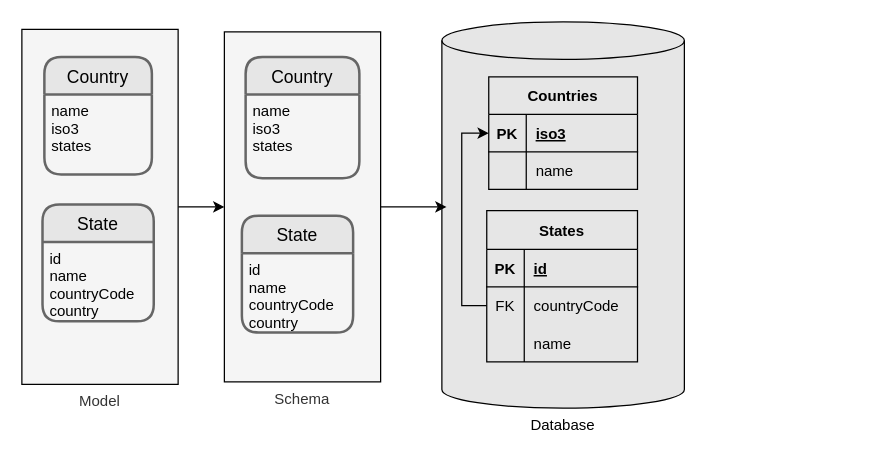
Earlier version of the draw.io diagram design/schema.drawio (lambda-orm/lambdaorm). Source tidied: cells renumbered, new cells numbered last; positions are measured from the earlier drawing's top-left corner, leaving out a move shared by most shapes. Both pictures are drawn from the tidied source at 125%, with x=0, y=0 at pixel (21, 21).
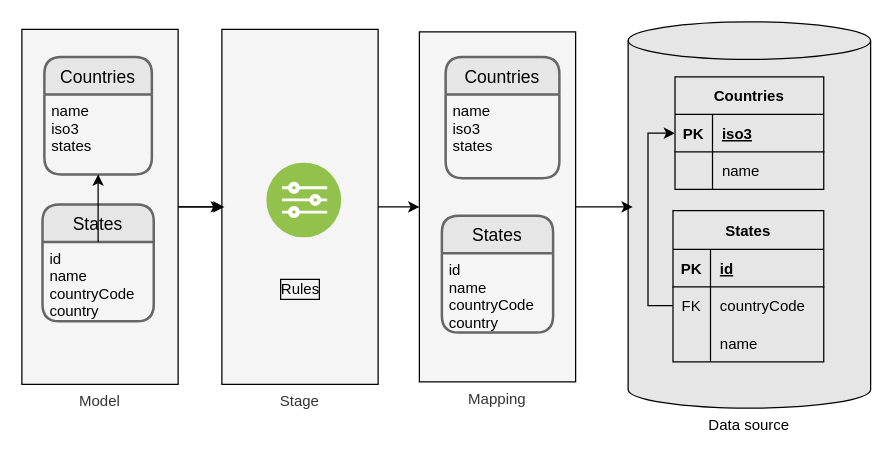
After the change.

Unchanged cells that the change refers to:
```xml
<mxCell id="3" value="Model" style="rounded=0;whiteSpace=wrap;html=1;labelBackgroundColor=none;sketch=0;fillColor=#f5f5f5;fontColor=#333333;strokeColor=#000000;labelPosition=center;verticalLabelPosition=bottom;align=center;verticalAlign=top;" parent="1" vertex="1">
  <mxGeometry y="6" width="125" height="284" as="geometry" />
</mxCell>
<mxCell id="6" value="name&#10;iso3&#10;states" style="align=left;strokeColor=none;fillColor=none;spacingLeft=4;fontSize=12;verticalAlign=top;fontColor=#000000;" parent="5" vertex="1">
  <mxGeometry y="30" width="86" height="64" as="geometry" />
</mxCell>
<mxCell id="8" value="id&#10;name&#10;countryCode&#10;country" style="align=left;strokeColor=none;fillColor=none;spacingLeft=4;fontSize=12;verticalAlign=top;fontColor=#000000;" parent="7" vertex="1">
  <mxGeometry y="30" width="89" height="63.5" as="geometry" />
</mxCell>
```

Change to the diagram source:
```diff
@@
-    <mxCell id="2" style="edgeStyle=orthogonalEdgeStyle;rounded=0;jettySize=auto;html=1;entryX=0;entryY=0.5;entryDx=0;entryDy=0;fontColor=#000000;strokeColor=#000000;" parent="1" edge="1" source="3" target="28">
-      <mxGeometry relative="1" as="geometry" />
-    </mxCell>
+    <mxCell id="33" style="edgeStyle=none;html=1;fontColor=#000000;entryX=0;entryY=0.5;entryDx=0;entryDy=0;" parent="1" edge="1" source="3" target="34">
+      <mxGeometry relative="1" as="geometry" />
+    </mxCell>
@@
-    <mxCell id="4" value="Database" style="shape=cylinder3;whiteSpace=wrap;html=1;boundedLbl=1;backgroundOutline=1;size=15;fillColor=#E6E6E6;strokeColor=#000000;labelPosition=center;verticalLabelPosition=bottom;align=center;verticalAlign=top;fontColor=#000000;" parent="1" vertex="1">
-      <mxGeometry x="336" width="194" height="309" as="geometry" />
+    <mxCell id="4" value="Data source" style="shape=cylinder3;whiteSpace=wrap;html=1;boundedLbl=1;backgroundOutline=1;size=15;fillColor=#E6E6E6;strokeColor=#000000;labelPosition=center;verticalLabelPosition=bottom;align=center;verticalAlign=top;fontColor=#000000;" parent="1" vertex="1">
+      <mxGeometry x="485" width="194" height="309" as="geometry" />
     </mxCell>
-    <mxCell id="5" value="Country" style="swimlane;horizontal=1;startSize=30;rounded=1;fontSize=14;fontStyle=0;strokeWidth=2;shadow=0;dashed=0;align=center;fontColor=#000000;fillColor=#E6E6E6;strokeColor=#666666;" parent="1" vertex="1">
+    <mxCell id="5" value="Countries" style="swimlane;horizontal=1;startSize=30;rounded=1;fontSize=14;fontStyle=0;strokeWidth=2;shadow=0;dashed=0;align=center;fontColor=#000000;fillColor=#E6E6E6;strokeColor=#666666;" parent="1" vertex="1">
       <mxGeometry x="18" y="28" width="86" height="94" as="geometry" />
     </mxCell>
@@
-    <mxCell id="7" value="State" style="swimlane;horizontal=1;startSize=30;rounded=1;fontSize=14;fontStyle=0;strokeWidth=2;shadow=0;dashed=0;align=center;fontColor=#000000;fillColor=#E6E6E6;strokeColor=#666666;" parent="1" vertex="1">
+    <mxCell id="7" value="States" style="swimlane;horizontal=1;startSize=30;rounded=1;fontSize=14;fontStyle=0;strokeWidth=2;shadow=0;dashed=0;align=center;fontColor=#000000;fillColor=#E6E6E6;strokeColor=#666666;" parent="1" vertex="1">
       <mxGeometry x="16.5" y="146" width="89" height="93.5" as="geometry" />
     </mxCell>
@@
     <mxCell id="9" value="Countries" style="shape=table;startSize=30;childLayout=tableLayout;rowLines=0;fontStyle=1;align=center;fontColor=#000000;strokeColor=#000000;fillColor=#E6E6E6;" parent="1" vertex="1">
-      <mxGeometry x="373.5" y="44" width="119" height="90" as="geometry" />
+      <mxGeometry x="522.5" y="44" width="119" height="90" as="geometry" />
     </mxCell>
@@
     <mxCell id="17" value="States" style="shape=table;startSize=31;childLayout=tableLayout;rowLines=0;fontStyle=1;align=center;fontColor=#000000;strokeColor=#000000;fillColor=#E6E6E6;" parent="1" vertex="1">
-      <mxGeometry x="371.9" y="151" width="120.6" height="121" as="geometry" />
+      <mxGeometry x="520.9" y="151" width="120.6" height="121" as="geometry" />
     </mxCell>
@@
-    <mxCell id="28" value="Schema" style="rounded=0;whiteSpace=wrap;html=1;labelBackgroundColor=none;sketch=0;fillColor=#f5f5f5;fontColor=#333333;strokeColor=#000000;labelPosition=center;verticalLabelPosition=bottom;align=center;verticalAlign=top;" parent="1" vertex="1">
-      <mxGeometry x="162" y="8" width="125" height="280" as="geometry" />
+    <mxCell id="28" value="Mapping" style="rounded=0;whiteSpace=wrap;html=1;labelBackgroundColor=none;sketch=0;fillColor=#f5f5f5;fontColor=#333333;strokeColor=#000000;labelPosition=center;verticalLabelPosition=bottom;align=center;verticalAlign=top;" parent="1" vertex="1">
+      <mxGeometry x="318" y="8" width="125" height="280" as="geometry" />
     </mxCell>
-    <mxCell id="29" value="Country" style="swimlane;horizontal=1;startSize=30;rounded=1;fontSize=14;fontStyle=0;strokeWidth=2;shadow=0;dashed=0;align=center;fontColor=#000000;fillColor=#E6E6E6;strokeColor=#666666;" parent="1" vertex="1">
-      <mxGeometry x="179" y="28" width="91" height="97" as="geometry" />
+    <mxCell id="29" value="Countries" style="swimlane;horizontal=1;startSize=30;rounded=1;fontSize=14;fontStyle=0;strokeWidth=2;shadow=0;dashed=0;align=center;fontColor=#000000;fillColor=#E6E6E6;strokeColor=#666666;" parent="1" vertex="1">
+      <mxGeometry x="339" y="28" width="91" height="97" as="geometry" />
     </mxCell>
@@
-    <mxCell id="31" value="State" style="swimlane;horizontal=1;startSize=30;rounded=1;fontSize=14;fontStyle=0;strokeWidth=2;shadow=0;dashed=0;align=center;fontColor=#000000;fillColor=#E6E6E6;strokeColor=#666666;" parent="1" vertex="1">
-      <mxGeometry x="176" y="155" width="89" height="93.5" as="geometry" />
+    <mxCell id="31" value="States" style="swimlane;horizontal=1;startSize=30;rounded=1;fontSize=14;fontStyle=0;strokeWidth=2;shadow=0;dashed=0;align=center;fontColor=#000000;fillColor=#E6E6E6;strokeColor=#666666;" parent="1" vertex="1">
+      <mxGeometry x="336" y="155" width="89" height="93.5" as="geometry" />
     </mxCell>
@@
+    <mxCell id="34" value="Stage" style="rounded=0;whiteSpace=wrap;html=1;labelBackgroundColor=none;sketch=0;fillColor=#f5f5f5;fontColor=#333333;strokeColor=#000000;labelPosition=center;verticalLabelPosition=bottom;align=center;verticalAlign=top;" parent="1" vertex="1">
+      <mxGeometry x="160" y="6" width="125" height="284" as="geometry" />
+    </mxCell>
+    <mxCell id="35" style="perimeter=ellipsePerimeter;html=1;align=center;shadow=0;dashed=0;fontColor=#4277BB;labelBackgroundColor=#ffffff;fontSize=12;spacingTop=3;image;image=img/lib/ibm/vpc/Rules.svg;labelBorderColor=default;" parent="1" vertex="1">
+      <mxGeometry x="196" y="113" width="60" height="60" as="geometry" />
+    </mxCell>
+    <mxCell id="36" value="Rules" style="text;html=1;strokeColor=none;fillColor=none;align=center;verticalAlign=middle;whiteSpace=wrap;rounded=0;labelBackgroundColor=none;labelBorderColor=default;fontColor=#000000;" parent="1" vertex="1">
+      <mxGeometry x="192.5" y="199" width="60" height="30" as="geometry" />
+    </mxCell>
+    <mxCell id="37" style="edgeStyle=orthogonalEdgeStyle;rounded=0;jettySize=auto;html=1;fontColor=#000000;strokeColor=#000000;exitX=1;exitY=0.5;exitDx=0;exitDy=0;" parent="1" edge="1" source="3">
+      <mxGeometry relative="1" as="geometry">
+        <mxPoint x="162" y="148" as="targetPoint" />
+      </mxGeometry>
+    </mxCell>
+    <mxCell id="38" style="edgeStyle=orthogonalEdgeStyle;rounded=0;jettySize=auto;html=1;fontColor=#000000;strokeColor=#000000;exitX=1;exitY=0.5;exitDx=0;exitDy=0;entryX=0;entryY=0.5;entryDx=0;entryDy=0;" parent="1" edge="1" source="34" target="28">
+      <mxGeometry relative="1" as="geometry" />
+    </mxCell>
+    <mxCell id="39" style="edgeStyle=none;html=1;" parent="1" edge="1" source="8" target="6">
+      <mxGeometry relative="1" as="geometry" />
+    </mxCell>
```
